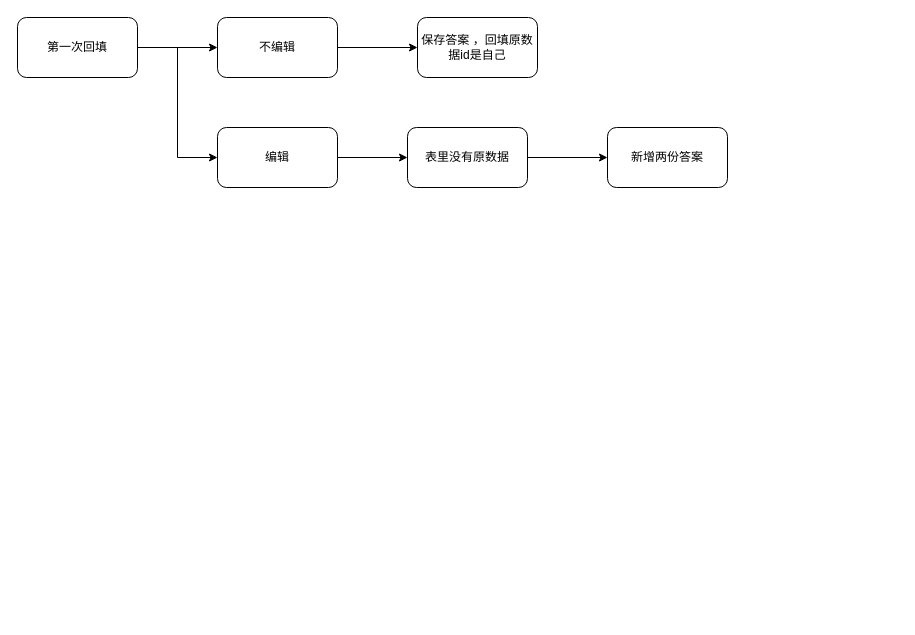
shanyurc/draw.io keeps this draw.io diagram as crf自动回填 新增答案流程图.drawio. Above is the earlier version. Source tidied: cells renumbered, new cells numbered last; positions are measured from the earlier drawing's top-left corner, leaving out a move shared by most shapes. Both pictures are drawn from the tidied source at 100%, with x=0, y=0 at pixel (17, 17).
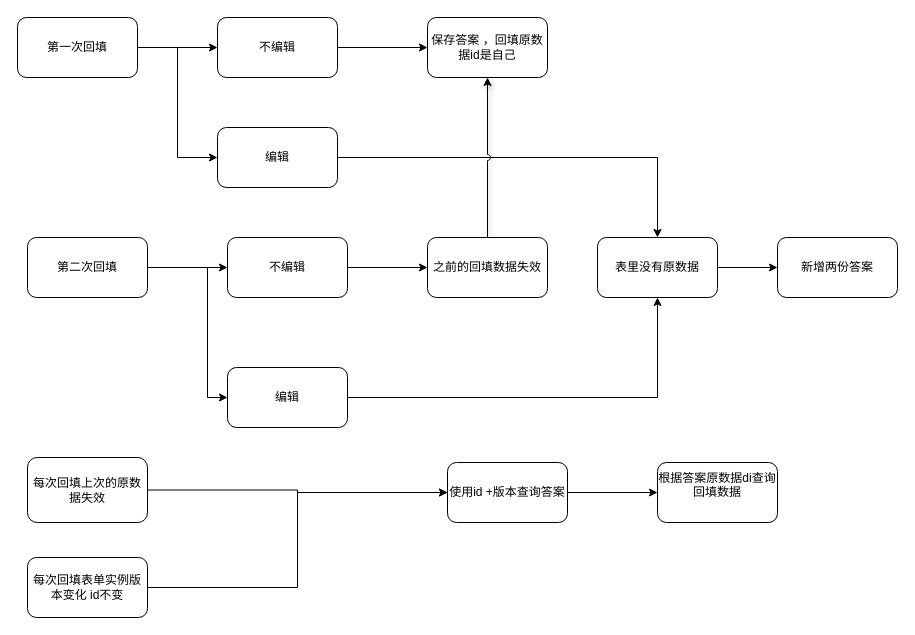
The same diagram, later.

Commit message (it also covers changes not shown here):
更新crf自动回填 新增答案流程图.drawio

What changed in the source:
```diff
@@
     <mxCell id="7" value="保存答案 ，回填原数据id是自己" style="whiteSpace=wrap;html=1;rounded=1;" parent="1" vertex="1">
-      <mxGeometry x="400" width="120" height="60" as="geometry" />
+      <mxGeometry x="410" width="120" height="60" as="geometry" />
     </mxCell>
@@
     <mxCell id="11" value="表里没有原数据" style="rounded=1;whiteSpace=wrap;html=1;" parent="1" vertex="1">
-      <mxGeometry x="390" y="110" width="120" height="60" as="geometry" />
+      <mxGeometry x="580" y="220" width="120" height="60" as="geometry" />
     </mxCell>
     <mxCell id="12" value="新增两份答案" style="whiteSpace=wrap;html=1;rounded=1;" parent="1" vertex="1">
-      <mxGeometry x="590" y="110" width="120" height="60" as="geometry" />
+      <mxGeometry x="760" y="220" width="120" height="60" as="geometry" />
     </mxCell>
+    <mxCell id="13" style="edgeStyle=orthogonalEdgeStyle;rounded=0;jettySize=auto;html=1;" parent="1" edge="1" source="15" target="17">
+      <mxGeometry relative="1" as="geometry" />
+    </mxCell>
+    <mxCell id="14" style="edgeStyle=orthogonalEdgeStyle;rounded=0;jettySize=auto;html=1;" parent="1" edge="1" source="15" target="21">
+      <mxGeometry relative="1" as="geometry">
+        <Array as="points">
+          <mxPoint x="190" y="250" />
+          <mxPoint x="190" y="380" />
+        </Array>
+      </mxGeometry>
+    </mxCell>
+    <mxCell id="15" value="第二次回填" style="rounded=1;whiteSpace=wrap;html=1;" parent="1" vertex="1">
+      <mxGeometry x="10" y="220" width="120" height="60" as="geometry" />
+    </mxCell>
+    <mxCell id="16" style="edgeStyle=orthogonalEdgeStyle;rounded=0;jettySize=auto;html=1;" parent="1" edge="1" source="17" target="19">
+      <mxGeometry relative="1" as="geometry" />
+    </mxCell>
+    <mxCell id="17" value="不编辑" style="whiteSpace=wrap;html=1;rounded=1;" parent="1" vertex="1">
+      <mxGeometry x="210" y="220" width="120" height="60" as="geometry" />
+    </mxCell>
+    <mxCell id="18" style="edgeStyle=orthogonalEdgeStyle;rounded=0;jettySize=auto;html=1;exitX=1;exitY=0.5;exitDx=0;exitDy=0;entryX=0.5;entryY=1;entryDx=0;entryDy=0;shadow=1;jumpStyle=arc;" parent="1" edge="1" source="19" target="7">
+      <mxGeometry relative="1" as="geometry">
+        <Array as="points">
+          <mxPoint x="470" y="250" />
+        </Array>
+      </mxGeometry>
+    </mxCell>
+    <mxCell id="19" value="之前的回填数据失效" style="whiteSpace=wrap;html=1;rounded=1;" parent="1" vertex="1">
+      <mxGeometry x="410" y="220" width="120" height="60" as="geometry" />
+    </mxCell>
+    <mxCell id="20" style="edgeStyle=orthogonalEdgeStyle;rounded=0;jettySize=auto;html=1;exitX=1;exitY=0.5;exitDx=0;exitDy=0;" parent="1" edge="1" source="21" target="11">
+      <mxGeometry relative="1" as="geometry" />
+    </mxCell>
+    <mxCell id="21" value="编辑" style="whiteSpace=wrap;html=1;rounded=1;" parent="1" vertex="1">
+      <mxGeometry x="210" y="350" width="120" height="60" as="geometry" />
+    </mxCell>
+    <mxCell id="22" style="edgeStyle=orthogonalEdgeStyle;rounded=0;jettySize=auto;html=1;" parent="1" edge="1" source="23" target="27">
+      <mxGeometry relative="1" as="geometry" />
+    </mxCell>
+    <mxCell id="23" value="每次回填上次的原数据失效" style="rounded=1;whiteSpace=wrap;html=1;" parent="1" vertex="1">
+      <mxGeometry x="10" y="440" width="120" height="65" as="geometry" />
+    </mxCell>
+    <mxCell id="24" style="edgeStyle=orthogonalEdgeStyle;rounded=0;jettySize=auto;html=1;exitX=1;exitY=0.5;exitDx=0;exitDy=0;entryX=0;entryY=0.5;entryDx=0;entryDy=0;" parent="1" edge="1" source="25" target="27">
+      <mxGeometry relative="1" as="geometry" />
+    </mxCell>
+    <mxCell id="25" value="每次回填表单实例版本变化 id不变" style="rounded=1;whiteSpace=wrap;html=1;" parent="1" vertex="1">
+      <mxGeometry x="10" y="540" width="120" height="60" as="geometry" />
+    </mxCell>
+    <mxCell id="26" style="edgeStyle=orthogonalEdgeStyle;rounded=0;jettySize=auto;html=1;" parent="1" edge="1" source="27" target="28">
+      <mxGeometry relative="1" as="geometry" />
+    </mxCell>
+    <mxCell id="27" value="使用id +版本查询答案" style="whiteSpace=wrap;html=1;rounded=1;" parent="1" vertex="1">
+      <mxGeometry x="430" y="445" width="120" height="60" as="geometry" />
+    </mxCell>
+    <mxCell id="28" value="根据答案原数据di查询回填数据&lt;div&gt;&lt;br&gt;&lt;/div&gt;" style="whiteSpace=wrap;html=1;rounded=1;" parent="1" vertex="1">
+      <mxGeometry x="640" y="445" width="120" height="60" as="geometry" />
+    </mxCell>
```
